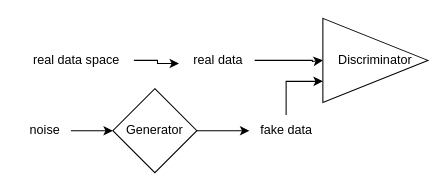
huyle84/diagrams keeps this draw.io diagram as GANS-simple.drawio. Above is the earlier version. Source tidied: cells renumbered, new cells numbered last; positions are measured from the earlier drawing's top-left corner, leaving out a move shared by most shapes. Both pictures are drawn from the tidied source at 105%, with x=0, y=0 at pixel (18, 18).
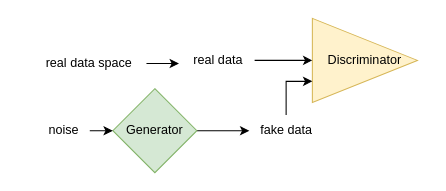
The same diagram, later.

The edit, as a diff of the source:
```diff
@@
 <mxGraphModel>
   <root>
     <mxCell id="0" />
     <mxCell id="1" parent="0" />
-    <mxCell id="2" value="Discriminator" style="triangle;whiteSpace=wrap;html=1;" parent="1" vertex="1">
-      <mxGeometry x="290" width="100" height="80" as="geometry" />
+    <mxCell id="2" value="Discriminator" style="triangle;whiteSpace=wrap;html=1;fillColor=#fff2cc;strokeColor=#d6b656;" parent="1" vertex="1">
+      <mxGeometry x="280" width="100" height="80" as="geometry" />
     </mxCell>
     <mxCell id="3" style="edgeStyle=orthogonalEdgeStyle;rounded=0;jettySize=auto;html=1;" parent="1" edge="1" source="4">
       <mxGeometry relative="1" as="geometry">
         <mxPoint x="220" y="107" as="targetPoint" />
       </mxGeometry>
     </mxCell>
-    <mxCell id="4" value="Generator" style="rhombus;whiteSpace=wrap;html=1;" parent="1" vertex="1">
+    <mxCell id="4" value="Generator" style="rhombus;whiteSpace=wrap;html=1;fillColor=#d5e8d4;strokeColor=#82b366;" parent="1" vertex="1">
       <mxGeometry x="90" y="67" width="80" height="80" as="geometry" />
     </mxCell>
     <mxCell id="5" style="edgeStyle=orthogonalEdgeStyle;rounded=0;jettySize=auto;html=1;entryX=0;entryY=0.5;entryDx=0;entryDy=0;" parent="1" edge="1" source="6" target="4">
       <mxGeometry relative="1" as="geometry" />
     </mxCell>
     <mxCell id="6" value="noise" style="text;html=1;align=center;verticalAlign=middle;points=[];strokeColor=none;fillColor=none;" parent="1" vertex="1">
-      <mxGeometry y="92" width="50" height="30" as="geometry" />
+      <mxGeometry x="18" y="92" width="50" height="30" as="geometry" />
     </mxCell>
     <mxCell id="7" style="edgeStyle=orthogonalEdgeStyle;rounded=0;jettySize=auto;html=1;entryX=0;entryY=0.75;entryDx=0;entryDy=0;" parent="1" edge="1" source="8" target="2">
-      <mxGeometry relative="1" as="geometry" />
+      <mxGeometry relative="1" as="geometry">
+        <Array as="points">
+          <mxPoint x="255" y="60" />
+        </Array>
+      </mxGeometry>
     </mxCell>
     <mxCell id="8" value="fake data" style="text;html=1;align=center;verticalAlign=middle;points=[];strokeColor=none;fillColor=none;" parent="1" vertex="1">
       <mxGeometry x="220" y="92" width="70" height="30" as="geometry" />
     </mxCell>
     <mxCell id="9" value="real data space" style="text;html=1;align=center;verticalAlign=middle;points=[];strokeColor=none;fillColor=none;" parent="1" vertex="1">
-      <mxGeometry y="25" width="110" height="30" as="geometry" />
+      <mxGeometry x="12" y="28" width="110" height="30" as="geometry" />
     </mxCell>
     <mxCell id="10" style="edgeStyle=orthogonalEdgeStyle;rounded=0;jettySize=auto;html=1;entryX=0;entryY=0.5;entryDx=0;entryDy=0;" parent="1" edge="1" source="11" target="2">
       <mxGeometry relative="1" as="geometry">
         <Array as="points">
           <mxPoint x="280" y="40" />
           <mxPoint x="280" y="41" />
         </Array>
       </mxGeometry>
     </mxCell>
     <mxCell id="11" value="real data" style="text;html=1;align=center;verticalAlign=middle;points=[];strokeColor=none;fillColor=none;" parent="1" vertex="1">
       <mxGeometry x="155" y="25" width="70" height="30" as="geometry" />
     </mxCell>
     <mxCell id="12" style="edgeStyle=orthogonalEdgeStyle;rounded=0;jettySize=auto;html=1;entryX=-0.029;entryY=0.6;entryDx=0;entryDy=0;entryPerimeter=0;" parent="1" edge="1" source="9" target="11">
       <mxGeometry relative="1" as="geometry" />
     </mxCell>
   </root>
 </mxGraphModel>
```
